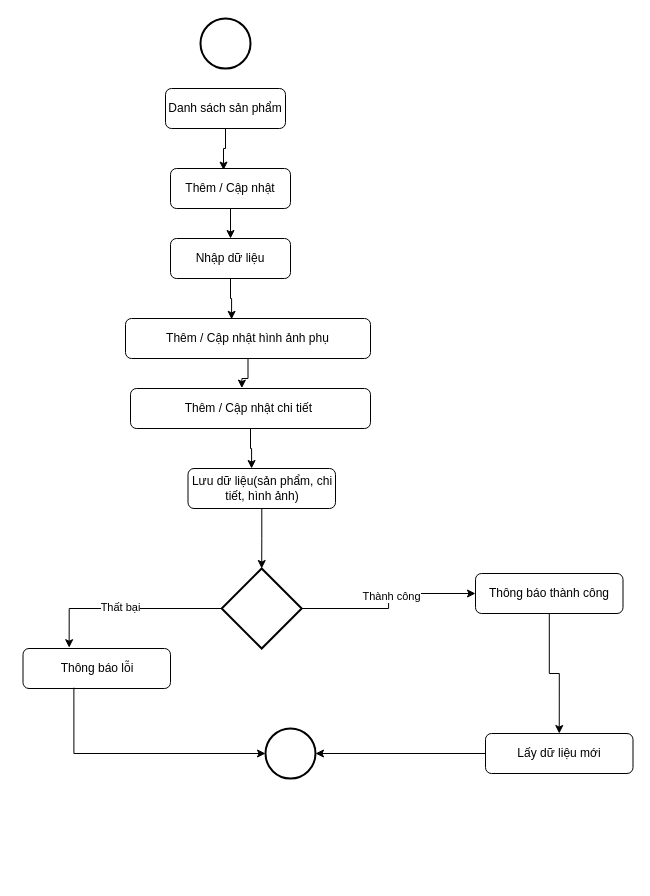
The draw.io diagram SanPhamFl.drawio in duongquocvu0411/CDSG-CNPM, before the edit. Source tidied: cells renumbered, new cells numbered last; positions are measured from the earlier drawing's top-left corner, leaving out a move shared by most shapes. Both pictures are drawn from the tidied source at 100%, with x=0, y=0 at pixel (23, 18).
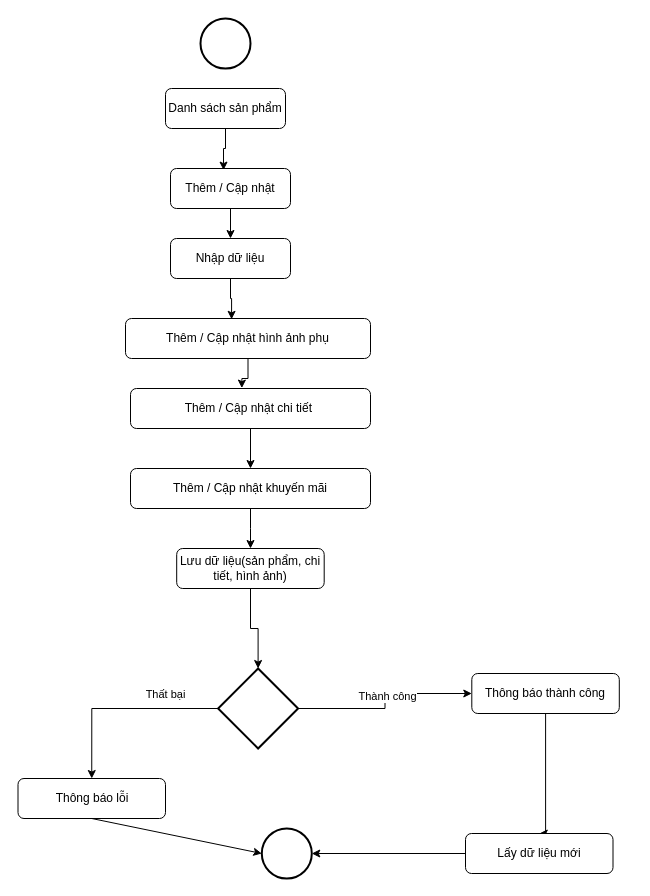
The same page after the edit.

Unchanged cells that the change refers to:
```xml
<mxCell id="6" value="Nhập dữ liệu" style="rounded=1;whiteSpace=wrap;html=1;fontSize=12;glass=0;strokeWidth=1;shadow=0;" parent="1" vertex="1">
  <mxGeometry x="147" y="220" width="120" height="40" as="geometry" />
</mxCell>
<mxCell id="10" value="Thêm / Cập nhật chi tiết&amp;nbsp;" style="rounded=1;whiteSpace=wrap;html=1;fontSize=12;glass=0;strokeWidth=1;shadow=0;" parent="1" vertex="1">
  <mxGeometry x="107" y="370" width="240" height="40" as="geometry" />
</mxCell>
<mxCell id="11" value="Thêm / Cập nhật hình ảnh phụ" style="rounded=1;whiteSpace=wrap;html=1;fontSize=12;glass=0;strokeWidth=1;shadow=0;" parent="1" vertex="1">
  <mxGeometry x="102" y="300" width="245" height="40" as="geometry" />
</mxCell>
```

Change to the diagram source:
```diff
@@
     <mxCell id="8" value="Lưu dữ liệu(sản phẩm, chi tiết, hình ảnh)" style="rounded=1;whiteSpace=wrap;html=1;fontSize=12;glass=0;strokeWidth=1;shadow=0;" parent="1" vertex="1">
-      <mxGeometry x="164.5" y="450" width="147.5" height="40" as="geometry" />
+      <mxGeometry x="153.2" y="530" width="147.5" height="40" as="geometry" />
     </mxCell>
     <mxCell id="9" style="strokeWidth=2;html=1;shape=mxgraph.flowchart.start_2;whiteSpace=wrap;" parent="1" vertex="1">
-      <mxGeometry x="242" y="710" width="50" height="50" as="geometry" />
+      <mxGeometry x="238.3" y="810" width="50" height="50" as="geometry" />
     </mxCell>
+    <mxCell id="27" style="edgeStyle=orthogonalEdgeStyle;rounded=0;jettySize=auto;html=1;" parent="1" edge="1" source="10" target="29">
+      <mxGeometry relative="1" as="geometry" />
+    </mxCell>
@@
-    <mxCell id="14" style="edgeStyle=orthogonalEdgeStyle;rounded=0;jettySize=auto;html=1;entryX=0.431;entryY=0;entryDx=0;entryDy=0;entryPerimeter=0;" parent="1" edge="1" source="10" target="8">
-      <mxGeometry relative="1" as="geometry" />
-    </mxCell>
@@
     <mxCell id="17" style="strokeWidth=2;html=1;shape=mxgraph.flowchart.decision;whiteSpace=wrap;" parent="1" vertex="1">
-      <mxGeometry x="198.2" y="550" width="80" height="80" as="geometry" />
+      <mxGeometry x="194.6" y="650" width="80" height="80" as="geometry" />
     </mxCell>
     <mxCell id="18" style="edgeStyle=orthogonalEdgeStyle;rounded=0;jettySize=auto;html=1;entryX=0.5;entryY=0;entryDx=0;entryDy=0;" parent="1" edge="1" source="19" target="21">
-      <mxGeometry relative="1" as="geometry" />
+      <mxGeometry relative="1" as="geometry">
+        <Array as="points">
+          <mxPoint x="522" y="815" />
+        </Array>
+      </mxGeometry>
     </mxCell>
     <mxCell id="19" value="Thông báo thành công" style="rounded=1;whiteSpace=wrap;html=1;fontSize=12;glass=0;strokeWidth=1;shadow=0;" parent="1" vertex="1">
-      <mxGeometry x="452" y="555" width="147.5" height="40" as="geometry" />
+      <mxGeometry x="448.3" y="655" width="147.5" height="40" as="geometry" />
     </mxCell>
@@
     <mxCell id="21" value="Lấy dữ liệu mới" style="rounded=1;whiteSpace=wrap;html=1;fontSize=12;glass=0;strokeWidth=1;shadow=0;" parent="1" vertex="1">
-      <mxGeometry x="462" y="715" width="147.5" height="40" as="geometry" />
+      <mxGeometry x="442" y="815" width="147.5" height="40" as="geometry" />
     </mxCell>
     <mxCell id="22" value="Thông báo lỗi" style="rounded=1;whiteSpace=wrap;html=1;fontSize=12;glass=0;strokeWidth=1;shadow=0;" parent="1" vertex="1">
-      <mxGeometry x="-0.5" y="630" width="147.5" height="40" as="geometry" />
+      <mxGeometry x="-5.5" y="760" width="147.5" height="40" as="geometry" />
     </mxCell>
-    <mxCell id="23" style="edgeStyle=orthogonalEdgeStyle;rounded=0;jettySize=auto;html=1;entryX=0.313;entryY=-0.02;entryDx=0;entryDy=0;entryPerimeter=0;" parent="1" edge="1" source="17" target="22">
+    <mxCell id="23" style="edgeStyle=orthogonalEdgeStyle;rounded=0;jettySize=auto;html=1;entryX=0.5;entryY=0;entryDx=0;entryDy=0;" parent="1" edge="1" source="17" target="22">
       <mxGeometry relative="1" as="geometry" />
     </mxCell>
     <mxCell id="24" value="Thất bại" style="edgeLabel;html=1;align=center;verticalAlign=middle;" parent="23" vertex="1">
-      <mxGeometry x="0.06" y="-2" relative="1" as="geometry" />
+      <mxGeometry x="0.06" y="-2" relative="1" as="geometry">
+        <mxPoint x="51" y="-13" as="offset" />
+      </mxGeometry>
     </mxCell>
+    <mxCell id="26" style="edgeStyle=orthogonalEdgeStyle;rounded=0;jettySize=auto;html=1;entryX=0.433;entryY=0.02;entryDx=0;entryDy=0;entryPerimeter=0;" parent="1" edge="1" source="6" target="11">
+      <mxGeometry relative="1" as="geometry" />
+    </mxCell>
+    <mxCell id="28" style="edgeStyle=orthogonalEdgeStyle;rounded=0;jettySize=auto;html=1;" parent="1" edge="1" source="29" target="8">
+      <mxGeometry relative="1" as="geometry" />
+    </mxCell>
+    <mxCell id="29" value="Thêm / Cập nhật khuyến mãi" style="rounded=1;whiteSpace=wrap;html=1;fontSize=12;glass=0;strokeWidth=1;shadow=0;" parent="1" vertex="1">
+      <mxGeometry x="107" y="450" width="240" height="40" as="geometry" />
+    </mxCell>
-    <mxCell id="25" style="edgeStyle=orthogonalEdgeStyle;rounded=0;jettySize=auto;html=1;entryX=0;entryY=0.5;entryDx=0;entryDy=0;entryPerimeter=0;exitX=0.345;exitY=0.98;exitDx=0;exitDy=0;exitPerimeter=0;" parent="1" edge="1" source="22" target="9">
+    <mxCell id="25" style="endArrow=classic;html=1;rounded=0;exitX=0.5;exitY=1;exitDx=0;exitDy=0;entryX=0;entryY=0.5;entryDx=0;entryDy=0;entryPerimeter=0;" parent="1" edge="1" source="22" target="9">
       <mxGeometry relative="1" as="geometry" />
     </mxCell>
-    <mxCell id="26" style="edgeStyle=orthogonalEdgeStyle;rounded=0;jettySize=auto;html=1;entryX=0.433;entryY=0.02;entryDx=0;entryDy=0;entryPerimeter=0;" parent="1" edge="1" source="6" target="11">
-      <mxGeometry relative="1" as="geometry" />
-    </mxCell>
```
